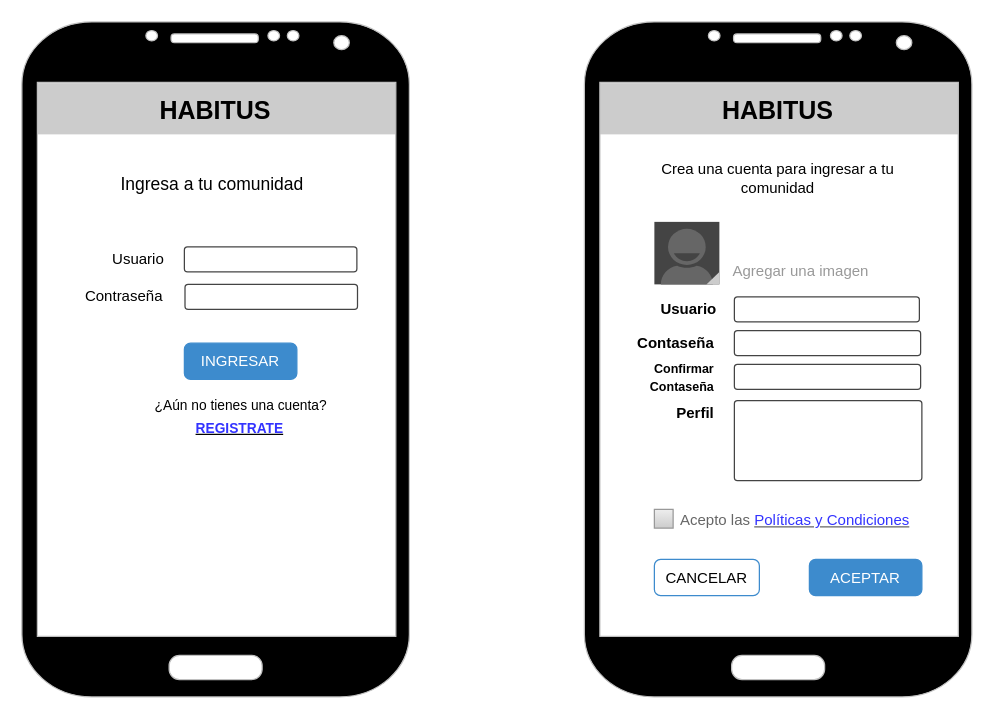
Above: diagrams/ui-login_and_register.drawio in goliveirab/habitus (draw.io), before the change. Source tidied: cells renumbered, new cells numbered last; positions are measured from the earlier drawing's top-left corner, leaving out a move shared by most shapes. Both pictures are drawn from the tidied source at 125%, with x=0, y=0 at pixel (21, 21).
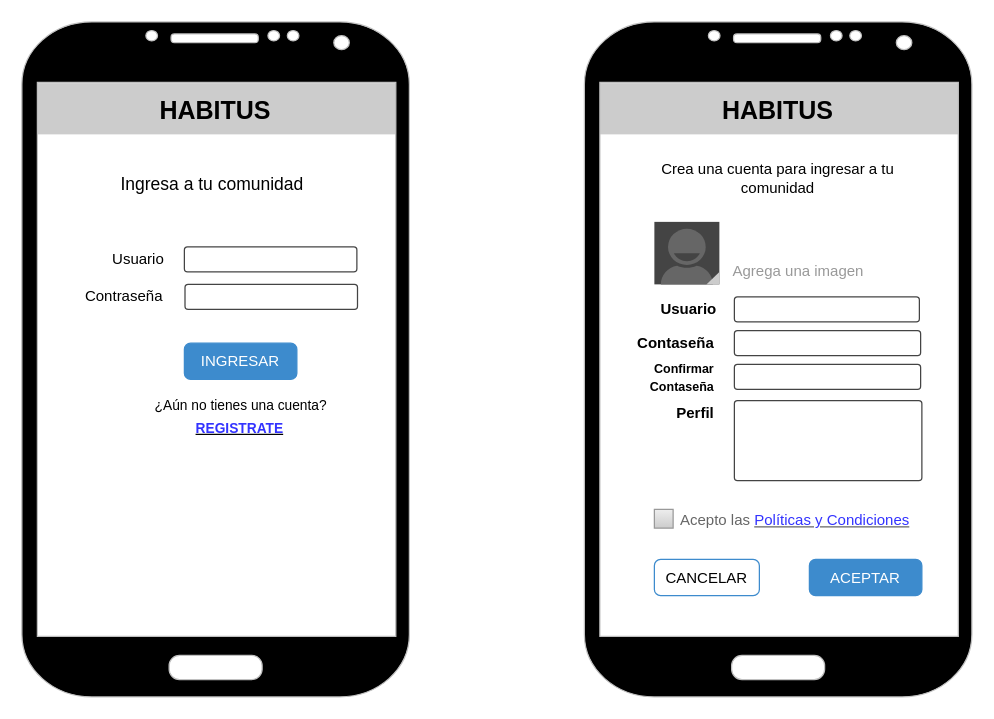
The same diagram, later.

The edit, as a diff of the source:
```diff
@@
-    <mxCell id="18" value="Agregar una imagen" style="text;html=1;strokeColor=none;fillColor=none;align=left;verticalAlign=middle;whiteSpace=wrap;rounded=0;fontColor=#999999;" parent="1" vertex="1">
+    <mxCell id="18" value="Agrega una imagen" style="text;html=1;strokeColor=none;fillColor=none;align=left;verticalAlign=middle;whiteSpace=wrap;rounded=0;fontColor=#999999;" parent="1" vertex="1">
       <mxGeometry x="567" y="190" width="123" height="20" as="geometry" />
     </mxCell>
```
